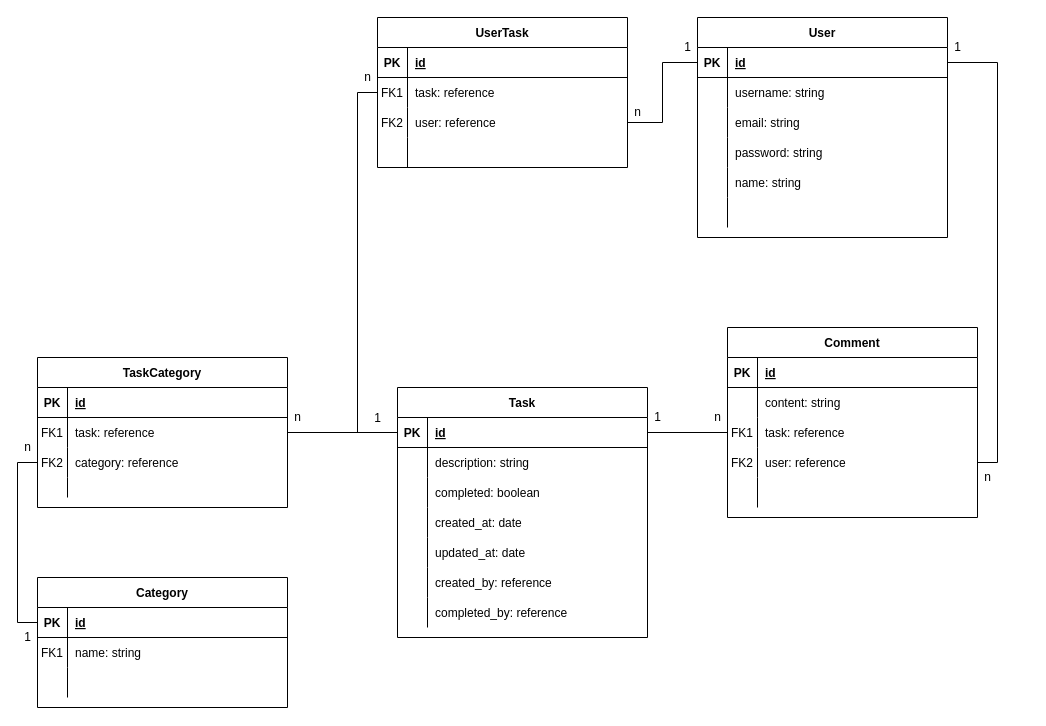
Before: checklist/diagrama_datos.drawio in kikeverea/checklist, a draw.io diagram. Source tidied: cells renumbered, new cells numbered last; positions are measured from the earlier drawing's top-left corner, leaving out a move shared by most shapes. Both pictures are drawn from the tidied source at 100%, with x=0, y=0 at pixel (17, 17).
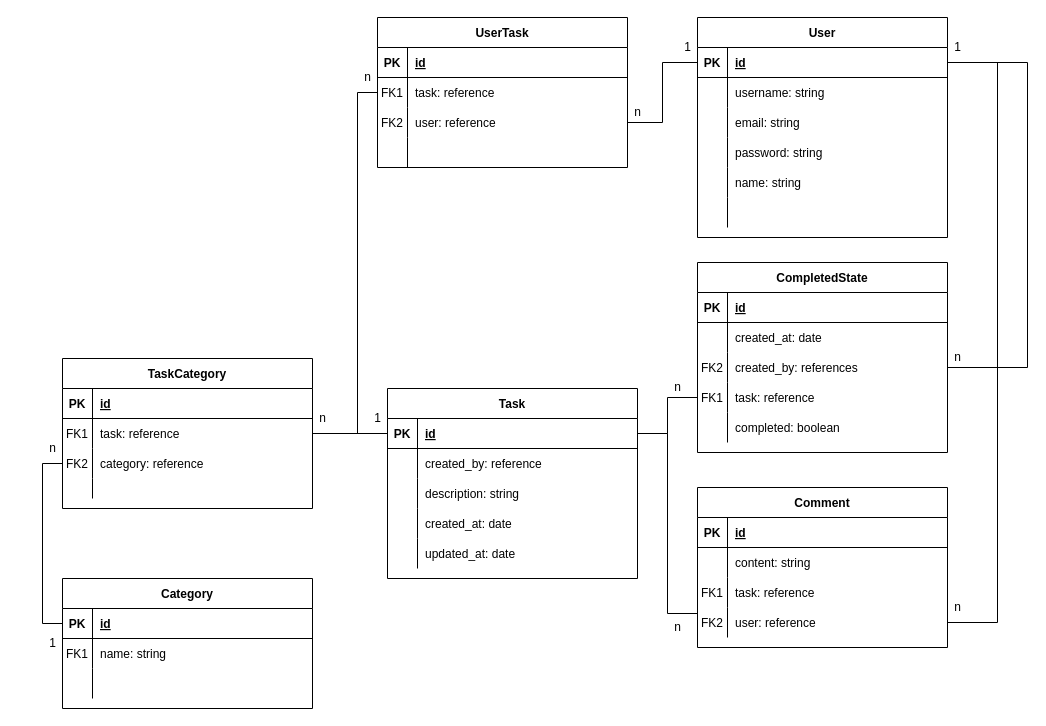
The same page after the edit.

Commit message (it also covers changes not shown here):
Send tasks completed state to backend

The change refers to these unchanged cells:
```xml
<mxCell id="13" style="shape=partialRectangle;fillColor=none;points=[[0,0.5],[1,0.5]];portConstraint=eastwest;top=0;left=0;right=0;bottom=1;" parent="12" vertex="1">
  <mxGeometry y="30" width="250" height="30" as="geometry" />
</mxCell>
<mxCell id="32" style="shape=partialRectangle;fillColor=none;points=[[0,0.5],[1,0.5]];portConstraint=eastwest;top=0;left=0;right=0;bottom=1;" parent="31" vertex="1">
  <mxGeometry y="30" width="250" height="30" as="geometry" />
</mxCell>
<mxCell id="73" style="shape=partialRectangle;fillColor=none;points=[[0,0.5],[1,0.5]];portConstraint=eastwest;top=0;left=0;right=0;bottom=0;" parent="66" vertex="1">
  <mxGeometry y="90" width="250" height="30" as="geometry" />
</mxCell>
<mxCell id="76" style="shape=partialRectangle;fillColor=none;points=[[0,0.5],[1,0.5]];portConstraint=eastwest;top=0;left=0;right=0;bottom=0;" parent="66" vertex="1">
  <mxGeometry y="120" width="250" height="30" as="geometry" />
</mxCell>
<mxCell id="87" style="shape=partialRectangle;fillColor=none;points=[[0,0.5],[1,0.5]];portConstraint=eastwest;top=0;left=0;right=0;bottom=0;" parent="83" vertex="1">
  <mxGeometry y="60" width="250" height="30" as="geometry" />
</mxCell>
```

Diff of the diagram source:
```diff
@@
     <mxCell id="2" value="Category" style="shape=table;startSize=30;childLayout=tableLayout;rowLines=0;fontStyle=1;align=center;" parent="1" vertex="1">
-      <mxGeometry x="20" y="560" width="250" height="130" as="geometry" />
+      <mxGeometry x="45" y="561" width="250" height="130" as="geometry" />
     </mxCell>
@@
     <mxCell id="31" value="Task" style="shape=table;startSize=30;childLayout=tableLayout;rowLines=0;fontStyle=1;align=center;" parent="1" vertex="1">
-      <mxGeometry x="380" y="370" width="250" height="250" as="geometry" />
+      <mxGeometry x="370" y="371" width="250" height="190" as="geometry" />
     </mxCell>
@@
+    <mxCell id="47" style="shape=partialRectangle;fillColor=none;top=0;left=0;right=0;bottom=0;" parent="31" vertex="1">
+      <mxGeometry y="60" width="250" height="30" as="geometry" />
+    </mxCell>
+    <mxCell id="48" style="shape=partialRectangle;overflow=hidden;fillColor=none;top=0;left=0;bottom=0;right=0;" parent="47" vertex="1">
+      <mxGeometry width="30" height="30" as="geometry" />
+    </mxCell>
+    <mxCell id="49" value="created_by: reference" style="shape=partialRectangle;overflow=hidden;fillColor=none;top=0;left=0;bottom=0;right=0;align=left;spacingLeft=6;" parent="47" vertex="1">
+      <mxGeometry x="30" width="220" height="30" as="geometry" />
+    </mxCell>
     <mxCell id="35" style="shape=partialRectangle;fillColor=none;top=0;left=0;right=0;bottom=0;" parent="31" vertex="1">
-      <mxGeometry y="60" width="250" height="30" as="geometry" />
+      <mxGeometry y="90" width="250" height="30" as="geometry" />
     </mxCell>
@@
-    <mxCell id="38" style="shape=partialRectangle;fillColor=none;points=[[0,0.5],[1,0.5]];portConstraint=eastwest;top=0;left=0;right=0;bottom=0;" parent="31" vertex="1">
-      <mxGeometry y="90" width="250" height="30" as="geometry" />
-    </mxCell>
-    <mxCell id="39" style="shape=partialRectangle;overflow=hidden;fillColor=none;top=0;left=0;bottom=0;right=0;" parent="38" vertex="1">
-      <mxGeometry width="30" height="30" as="geometry" />
-    </mxCell>
-    <mxCell id="40" value="completed: boolean" style="shape=partialRectangle;overflow=hidden;fillColor=none;top=0;left=0;bottom=0;right=0;align=left;spacingLeft=6;" parent="38" vertex="1">
-      <mxGeometry x="30" width="220" height="30" as="geometry" />
-    </mxCell>
@@
-    <mxCell id="47" style="shape=partialRectangle;fillColor=none;top=0;left=0;right=0;bottom=0;" parent="31" vertex="1">
-      <mxGeometry y="180" width="250" height="30" as="geometry" />
-    </mxCell>
-    <mxCell id="48" style="shape=partialRectangle;overflow=hidden;fillColor=none;top=0;left=0;bottom=0;right=0;" parent="47" vertex="1">
-      <mxGeometry width="30" height="30" as="geometry" />
-    </mxCell>
-    <mxCell id="49" value="created_by: reference" style="shape=partialRectangle;overflow=hidden;fillColor=none;top=0;left=0;bottom=0;right=0;align=left;spacingLeft=6;" parent="47" vertex="1">
-      <mxGeometry x="30" width="220" height="30" as="geometry" />
-    </mxCell>
-    <mxCell id="50" style="shape=partialRectangle;fillColor=none;top=0;left=0;right=0;bottom=0;" parent="31" vertex="1">
-      <mxGeometry y="210" width="250" height="30" as="geometry" />
-    </mxCell>
-    <mxCell id="51" style="shape=partialRectangle;overflow=hidden;fillColor=none;top=0;left=0;bottom=0;right=0;" parent="50" vertex="1">
-      <mxGeometry width="30" height="30" as="geometry" />
-    </mxCell>
-    <mxCell id="52" value="completed_by: reference" style="shape=partialRectangle;overflow=hidden;fillColor=none;top=0;left=0;bottom=0;right=0;align=left;spacingLeft=6;" parent="50" vertex="1">
-      <mxGeometry x="30" width="220" height="30" as="geometry" />
-    </mxCell>
     <mxCell id="53" value="TaskCategory" style="shape=table;startSize=30;childLayout=tableLayout;rowLines=0;fontStyle=1;align=center;" parent="1" vertex="1">
-      <mxGeometry x="20" y="340" width="250" height="150" as="geometry" />
+      <mxGeometry x="45" y="341" width="250" height="150" as="geometry" />
     </mxCell>
@@
     <mxCell id="66" value="Comment" style="shape=table;startSize=30;childLayout=tableLayout;rowLines=0;fontStyle=1;align=center;" parent="1" vertex="1">
-      <mxGeometry x="710" y="310" width="250" height="190" as="geometry" />
+      <mxGeometry x="680" y="470" width="250" height="160" as="geometry" />
     </mxCell>
@@
-    <mxCell id="79" style="shape=partialRectangle;fillColor=none;top=0;left=0;right=0;bottom=0;" parent="66" vertex="1">
-      <mxGeometry y="150" width="250" height="30" as="geometry" />
-    </mxCell>
-    <mxCell id="80" style="shape=partialRectangle;overflow=hidden;fillColor=none;top=0;left=0;bottom=0;right=0;" parent="79" vertex="1">
-      <mxGeometry width="30" height="30" as="geometry" />
-    </mxCell>
-    <mxCell id="81" style="shape=partialRectangle;overflow=hidden;fillColor=none;top=0;left=0;bottom=0;right=0;align=left;spacingLeft=6;" parent="79" vertex="1">
-      <mxGeometry x="30" width="220" height="30" as="geometry" />
-    </mxCell>
-    <mxCell id="82" style="edgeStyle=orthogonalEdgeStyle;rounded=0;jettySize=auto;html=1;exitX=1;exitY=0.5;exitDx=0;exitDy=0;entryX=0;entryY=0.5;entryDx=0;entryDy=0;endArrow=none;endFill=0;" parent="1" edge="1" source="32" target="73">
-      <mxGeometry relative="1" as="geometry" />
-    </mxCell>
@@
-    <mxCell id="98" style="edgeStyle=orthogonalEdgeStyle;rounded=0;jettySize=auto;html=1;exitX=0;exitY=0.5;exitDx=0;exitDy=0;entryX=0;entryY=0.5;entryDx=0;entryDy=0;endArrow=none;endFill=0;" parent="1" edge="1" source="32" target="87">
-      <mxGeometry relative="1" as="geometry" />
-    </mxCell>
     <mxCell id="99" style="edgeStyle=orthogonalEdgeStyle;rounded=0;jettySize=auto;html=1;entryX=1;entryY=0.5;entryDx=0;entryDy=0;endArrow=none;endFill=0;exitX=1;exitY=0.5;exitDx=0;exitDy=0;" parent="1" edge="1" source="13" target="76">
-      <mxGeometry relative="1" as="geometry" />
+      <mxGeometry relative="1" as="geometry">
+        <Array as="points">
+          <mxPoint x="980" y="45" />
+          <mxPoint x="980" y="605" />
+        </Array>
+      </mxGeometry>
     </mxCell>
@@
-    <mxCell id="101" value="1" style="text;html=1;align=center;verticalAlign=middle;strokeColor=none;fillColor=none;" parent="1" vertex="1">
-      <mxGeometry x="630" y="390" width="20" height="20" as="geometry" />
-    </mxCell>
-    <mxCell id="102" value="n" style="text;html=1;align=center;verticalAlign=middle;strokeColor=none;fillColor=none;" parent="1" vertex="1">
-      <mxGeometry x="690" y="390" width="20" height="20" as="geometry" />
-    </mxCell>
-    <mxCell id="103" value="1" style="text;html=1;align=center;verticalAlign=middle;strokeColor=none;fillColor=none;" parent="1" vertex="1">
-      <mxGeometry x="350" y="391" width="20" height="20" as="geometry" />
-    </mxCell>
     <mxCell id="104" value="n" style="text;html=1;align=center;verticalAlign=middle;strokeColor=none;fillColor=none;" parent="1" vertex="1">
-      <mxGeometry x="270" y="390" width="20" height="20" as="geometry" />
+      <mxGeometry x="295" y="391" width="20" height="20" as="geometry" />
     </mxCell>
     <mxCell id="105" value="n" style="text;html=1;align=center;verticalAlign=middle;strokeColor=none;fillColor=none;" parent="1" vertex="1">
-      <mxGeometry y="420" width="20" height="20" as="geometry" />
+      <mxGeometry x="25" y="421" width="20" height="20" as="geometry" />
     </mxCell>
     <mxCell id="106" value="1" style="text;html=1;align=center;verticalAlign=middle;strokeColor=none;fillColor=none;" parent="1" vertex="1">
-      <mxGeometry y="610" width="20" height="20" as="geometry" />
+      <mxGeometry x="25" y="616" width="20" height="20" as="geometry" />
     </mxCell>
@@
-    <mxCell id="111" value="n" style="text;html=1;align=center;verticalAlign=middle;strokeColor=none;fillColor=none;" parent="1" vertex="1">
-      <mxGeometry x="960" y="450" width="20" height="20" as="geometry" />
-    </mxCell>
+    <mxCell id="112" value="CompletedState" style="shape=table;startSize=30;childLayout=tableLayout;rowLines=0;fontStyle=1;align=center;" parent="1" vertex="1">
+      <mxGeometry x="680" y="245" width="250" height="190" as="geometry" />
+    </mxCell>
+    <mxCell id="113" style="shape=partialRectangle;fillColor=none;top=0;left=0;right=0;bottom=1;" parent="112" vertex="1">
+      <mxGeometry y="30" width="250" height="30" as="geometry" />
+    </mxCell>
+    <mxCell id="114" value="PK" style="shape=partialRectangle;overflow=hidden;fillColor=none;top=0;left=0;bottom=0;right=0;fontStyle=1;" parent="113" vertex="1">
+      <mxGeometry width="30" height="30" as="geometry" />
+    </mxCell>
+    <mxCell id="115" value="id" style="shape=partialRectangle;overflow=hidden;fillColor=none;top=0;left=0;bottom=0;right=0;align=left;spacingLeft=6;fontStyle=5;" parent="113" vertex="1">
+      <mxGeometry x="30" width="220" height="30" as="geometry" />
+    </mxCell>
+    <mxCell id="116" style="shape=partialRectangle;fillColor=none;top=0;left=0;right=0;bottom=0;" parent="112" vertex="1">
+      <mxGeometry y="60" width="250" height="30" as="geometry" />
+    </mxCell>
+    <mxCell id="117" style="shape=partialRectangle;overflow=hidden;fillColor=none;top=0;left=0;bottom=0;right=0;" parent="116" vertex="1">
+      <mxGeometry width="30" height="30" as="geometry" />
+    </mxCell>
+    <mxCell id="118" value="created_at: date" style="shape=partialRectangle;overflow=hidden;fillColor=none;top=0;left=0;bottom=0;right=0;align=left;spacingLeft=6;" parent="116" vertex="1">
+      <mxGeometry x="30" width="220" height="30" as="geometry" />
+    </mxCell>
+    <mxCell id="38" style="shape=partialRectangle;fillColor=none;points=[[0,0.5],[1,0.5]];portConstraint=eastwest;top=0;left=0;right=0;bottom=0;" parent="112" vertex="1">
+      <mxGeometry y="90" width="250" height="30" as="geometry" />
+    </mxCell>
+    <mxCell id="119" value="FK2" style="shape=partialRectangle;overflow=hidden;fillColor=none;top=0;left=0;bottom=0;right=0;" parent="38" vertex="1">
+      <mxGeometry width="30" height="30" as="geometry" />
+    </mxCell>
+    <mxCell id="120" value="created_by: references" style="shape=partialRectangle;overflow=hidden;fillColor=none;top=0;left=0;bottom=0;right=0;align=left;spacingLeft=6;" parent="38" vertex="1">
+      <mxGeometry x="30" width="220" height="30" as="geometry" />
+    </mxCell>
+    <mxCell id="121" style="shape=partialRectangle;fillColor=none;points=[[0,0.5],[1,0.5]];portConstraint=eastwest;top=0;left=0;right=0;bottom=0;" parent="112" vertex="1">
+      <mxGeometry y="120" width="250" height="30" as="geometry" />
+    </mxCell>
+    <mxCell id="122" value="FK1" style="shape=partialRectangle;overflow=hidden;fillColor=none;top=0;left=0;bottom=0;right=0;" parent="121" vertex="1">
+      <mxGeometry width="30" height="30" as="geometry" />
+    </mxCell>
+    <mxCell id="123" value="task: reference" style="shape=partialRectangle;overflow=hidden;fillColor=none;top=0;left=0;bottom=0;right=0;align=left;spacingLeft=6;" parent="121" vertex="1">
+      <mxGeometry x="30" width="220" height="30" as="geometry" />
+    </mxCell>
+    <mxCell id="79" style="shape=partialRectangle;fillColor=none;top=0;left=0;right=0;bottom=0;" parent="112" vertex="1">
+      <mxGeometry y="150" width="250" height="30" as="geometry" />
+    </mxCell>
+    <mxCell id="124" style="shape=partialRectangle;overflow=hidden;fillColor=none;top=0;left=0;bottom=0;right=0;" parent="79" vertex="1">
+      <mxGeometry width="30" height="30" as="geometry" />
+    </mxCell>
+    <mxCell id="40" value="completed: boolean" style="shape=partialRectangle;overflow=hidden;fillColor=none;top=0;left=0;bottom=0;right=0;align=left;spacingLeft=6;" parent="79" vertex="1">
+      <mxGeometry x="30" width="220" height="30" as="geometry" />
+    </mxCell>
+    <mxCell id="125" value="n" style="text;html=1;align=center;verticalAlign=middle;strokeColor=none;fillColor=none;" parent="1" vertex="1">
+      <mxGeometry x="930" y="580" width="20" height="20" as="geometry" />
+    </mxCell>
+    <mxCell id="126" value="n" style="text;html=1;align=center;verticalAlign=middle;strokeColor=none;fillColor=none;" parent="1" vertex="1">
+      <mxGeometry x="930" y="330" width="20" height="20" as="geometry" />
+    </mxCell>
+    <mxCell id="103" value="1" style="text;html=1;align=center;verticalAlign=middle;strokeColor=none;fillColor=none;" parent="1" vertex="1">
+      <mxGeometry x="350" y="391" width="20" height="20" as="geometry" />
+    </mxCell>
+    <mxCell id="127" style="edgeStyle=orthogonalEdgeStyle;rounded=0;jettySize=auto;html=1;entryX=1;entryY=0.5;entryDx=0;entryDy=0;endArrow=none;endFill=0;" parent="1" edge="1" source="38" target="13">
+      <mxGeometry relative="1" as="geometry">
+        <Array as="points">
+          <mxPoint x="1010" y="350" />
+          <mxPoint x="1010" y="45" />
+        </Array>
+      </mxGeometry>
+    </mxCell>
+    <mxCell id="128" style="edgeStyle=orthogonalEdgeStyle;rounded=0;jettySize=auto;html=1;entryX=0;entryY=0.5;entryDx=0;entryDy=0;endArrow=none;endFill=0;" parent="1" edge="1" source="32" target="121">
+      <mxGeometry relative="1" as="geometry" />
+    </mxCell>
+    <mxCell id="98" style="edgeStyle=orthogonalEdgeStyle;rounded=0;jettySize=auto;html=1;entryX=0;entryY=0.5;entryDx=0;entryDy=0;endArrow=none;endFill=0;" parent="1" edge="1" source="32" target="87">
+      <mxGeometry relative="1" as="geometry" />
+    </mxCell>
+    <mxCell id="82" style="edgeStyle=orthogonalEdgeStyle;rounded=0;jettySize=auto;html=1;entryX=0;entryY=0.5;entryDx=0;entryDy=0;endArrow=none;endFill=0;" parent="1" edge="1" source="32" target="73">
+      <mxGeometry relative="1" as="geometry">
+        <Array as="points">
+          <mxPoint x="650" y="416" />
+          <mxPoint x="650" y="596" />
+        </Array>
+      </mxGeometry>
+    </mxCell>
+    <mxCell id="129" value="n" style="text;html=1;align=center;verticalAlign=middle;strokeColor=none;fillColor=none;" parent="1" vertex="1">
+      <mxGeometry x="650" y="360" width="20" height="20" as="geometry" />
+    </mxCell>
+    <mxCell id="130" value="n" style="text;html=1;align=center;verticalAlign=middle;strokeColor=none;fillColor=none;" parent="1" vertex="1">
+      <mxGeometry x="650" y="600" width="20" height="20" as="geometry" />
+    </mxCell>
```
